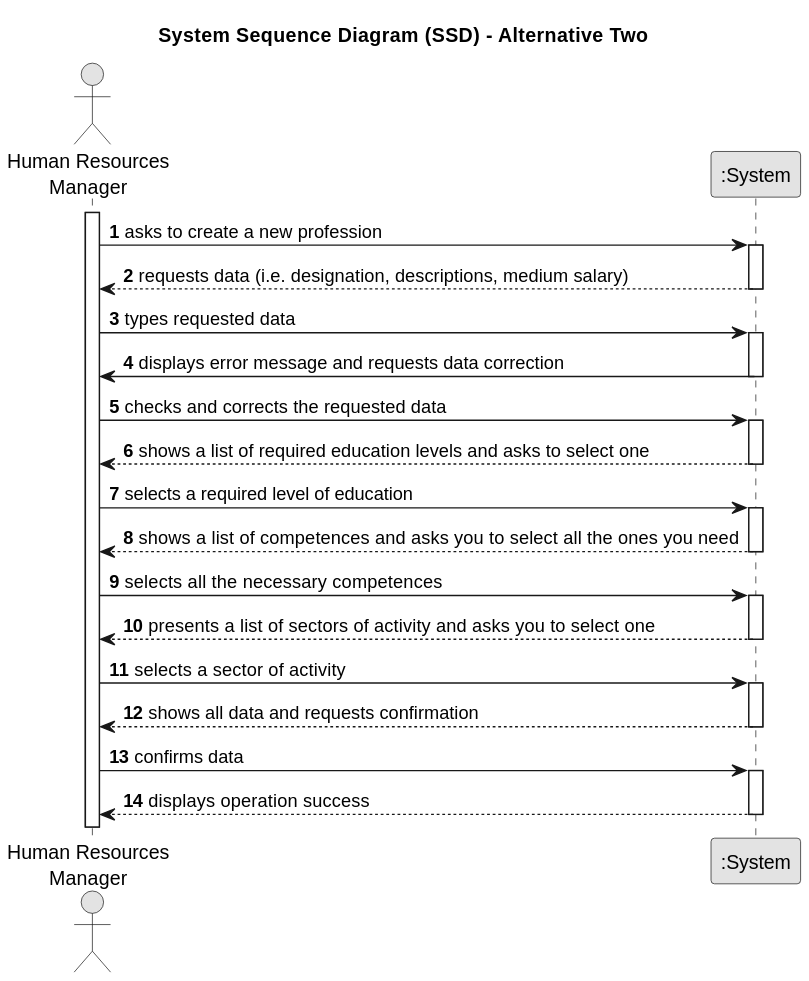
The PlantUML diagram docs/sprintA/us002/01.requirements-engineering/svg/us002-system-sequence-diagram-alternative-two.svg in diogoveirospro/lei-24-s2-1dg-g072, before a commit.
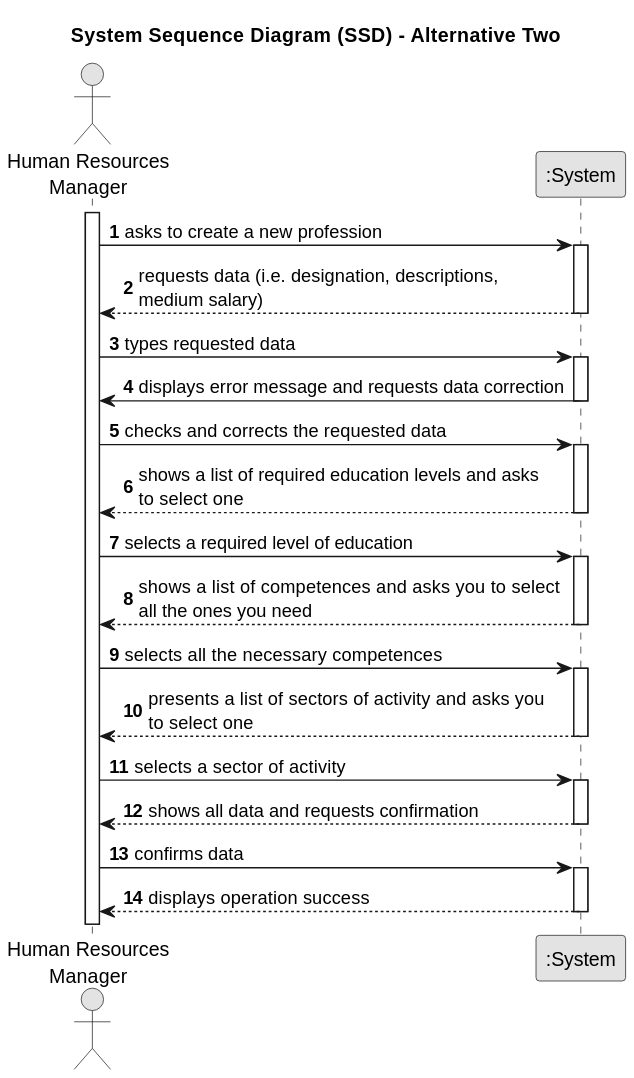
After the change.

Change to the diagram source:
```diff
@@ -15,7 +15,7 @@
     GRH -> System : asks to create a new profession
         activate System
 
-            System --> GRH : requests data (i.e. designation, descriptions, medium salary)
+            System --> GRH : requests data (i.e. designation, descriptions,\nmedium salary)
         deactivate System
 
         GRH -> System : types requested data
@@ -27,19 +27,19 @@
         GRH -> System : checks and corrects the requested data
         activate System
 
-            System --> GRH : shows a list of required education levels and asks to select one
+            System --> GRH : shows a list of required education levels and asks\nto select one
         deactivate System
 
         GRH -> System : selects a required level of education
         activate System
 
-            System --> GRH : shows a list of competences and asks you to select all the ones you need
+            System --> GRH : shows a list of competences and asks you to select\nall the ones you need
         deactivate System
 
         GRH -> System : selects all the necessary competences
         activate System
 
-            System --> GRH : presents a list of sectors of activity and asks you to select one
+            System --> GRH : presents a list of sectors of activity and asks you\nto select one
         deactivate System
 
         GRH -> System : selects a sector of activity
```
